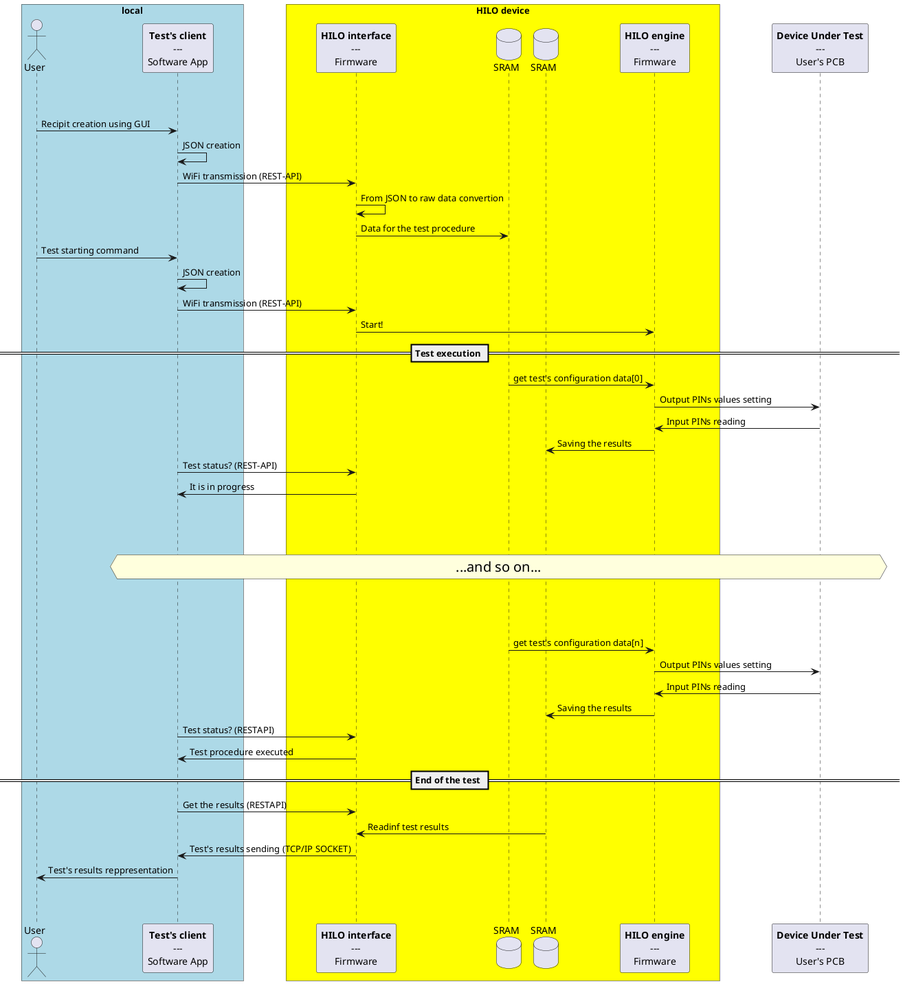
The PlantUML diagram firmware/images/overviewSequenceDiagram.png in catinella/HILO, before a commit.
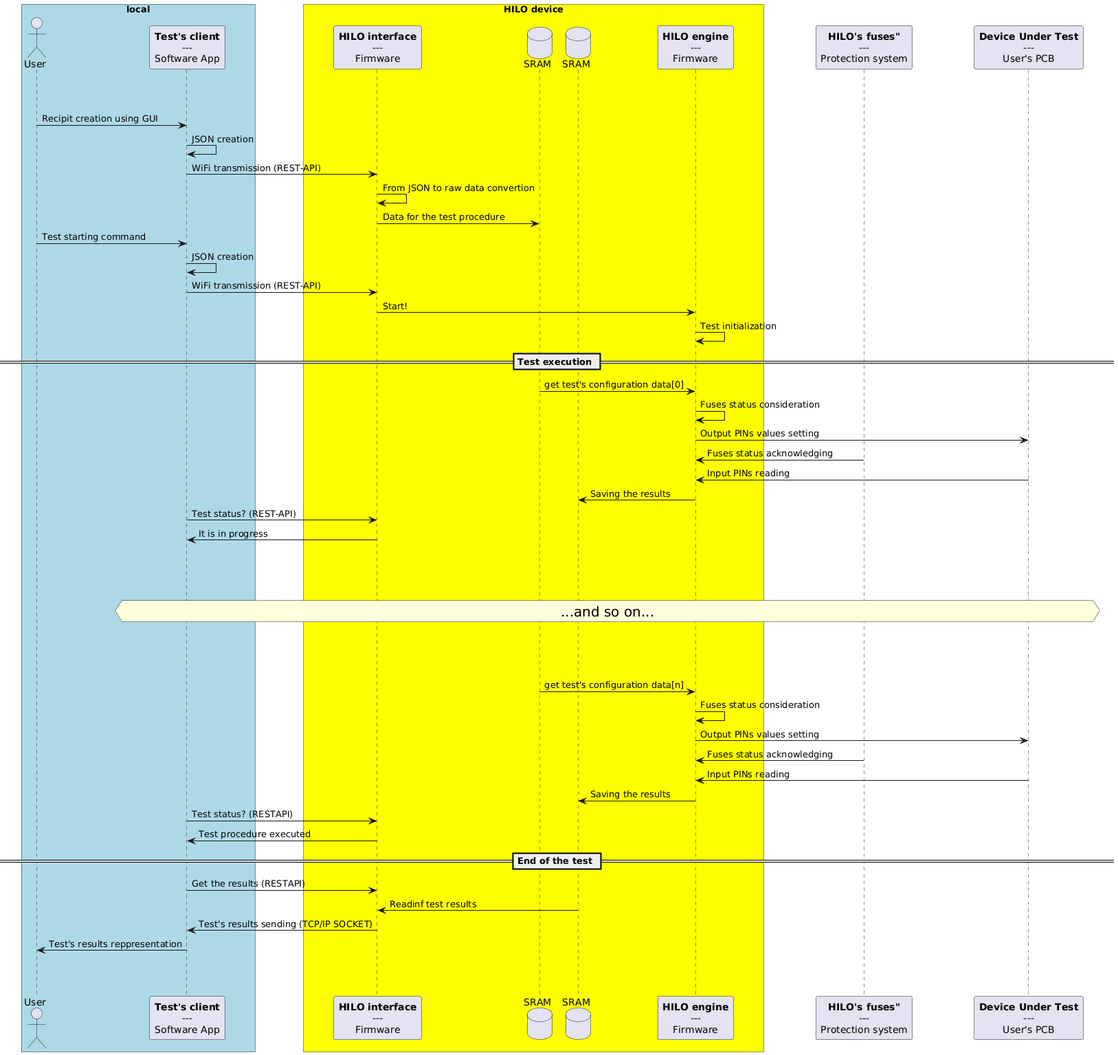
Above is the later version.

Commit message:
Fix for overview diagram: fuses status evaluation missing

Diff of the diagram source:
```diff
@@ -39,6 +39,12 @@
 	participant HILOEN
 end box
 
+participant FUSES [
+	**HILO's fuses"**
+	---
+	Protection system
+]
+
 participant DUT [
 	**Device Under Test**
 	---
@@ -58,11 +64,14 @@
 TCL    -> TCL:    JSON creation
 TCL    -> HILOIF: WiFi transmission (REST-API)
 HILOIF -> HILOEN: Start!
+HILOEN -> HILOEN: Test initialization
 
 == Test execution ==
 
 SRAM1  -> HILOEN: get test's configuration data[0]
+HILOEN -> HILOEN: Fuses status consideration
 HILOEN -> DUT:    Output PINs values setting
+FUSES  -> HILOEN: Fuses status acknowledging
 DUT    -> HILOEN: Input PINs reading
 HILOEN -> SRAM2:  Saving the results
 
@@ -80,7 +89,9 @@
 |||
 
 SRAM1  -> HILOEN: get test's configuration data[n]
+HILOEN -> HILOEN: Fuses status consideration
 HILOEN -> DUT:    Output PINs values setting
+FUSES  -> HILOEN: Fuses status acknowledging
 DUT    -> HILOEN: Input PINs reading
 HILOEN -> SRAM2:  Saving the results
 
```
